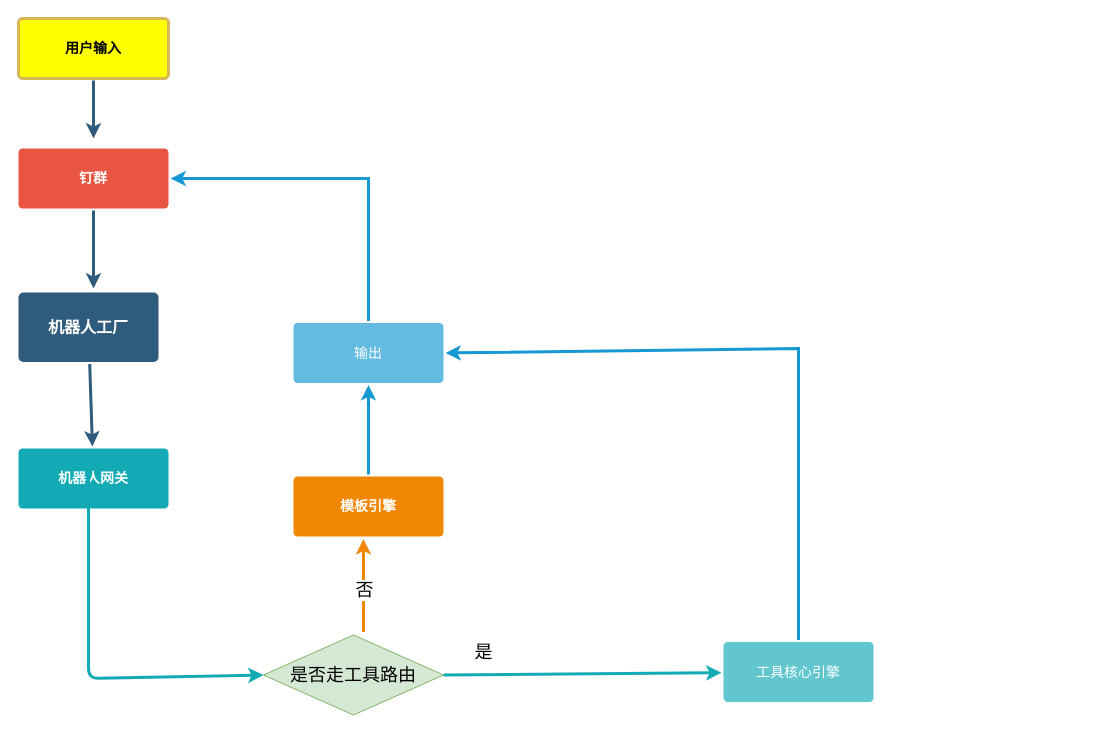
Above: daily/Untitled Diagram.drawio in RdAllen/leetcode-1 (draw.io), before the change. Source tidied: cells renumbered, new cells numbered last; positions are measured from the earlier drawing's top-left corner, leaving out a move shared by most shapes. Both pictures are drawn from the tidied source at 100%, with x=0, y=0 at pixel (18, 18).
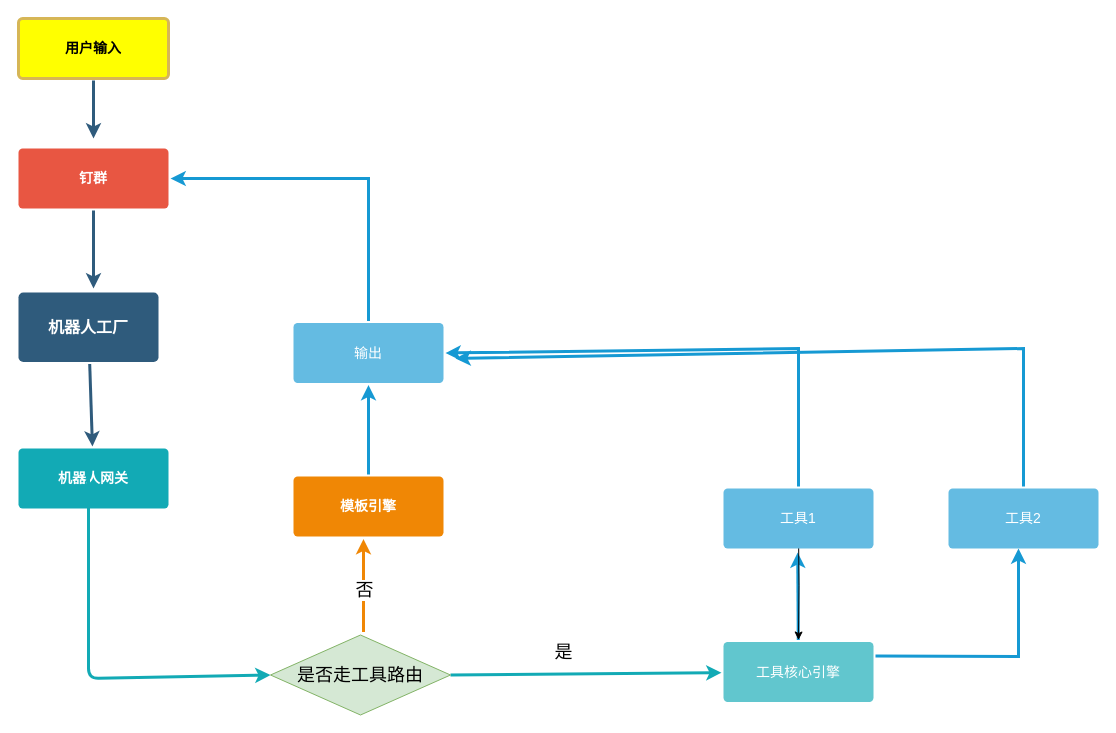
The same page after the edit.

Unchanged cells that the change refers to:
```xml
<mxCell id="8" value="输出" style="rounded=1;whiteSpace=wrap;html=1;shadow=0;labelBackgroundColor=none;strokeColor=none;strokeWidth=3;fillColor=#64bbe2;fontFamily=Helvetica;fontSize=14;fontColor=#FFFFFF;align=center;spacing=5;arcSize=7;perimeterSpacing=2;" parent="1" vertex="1">
  <mxGeometry x="275" y="304.5" width="150" height="60" as="geometry" />
</mxCell>
<mxCell id="12" value="工具核心引擎" style="rounded=1;whiteSpace=wrap;html=1;shadow=0;labelBackgroundColor=none;strokeColor=none;strokeWidth=3;fillColor=#61c6ce;fontFamily=Helvetica;fontSize=14;fontColor=#FFFFFF;align=center;spacing=5;fontStyle=0;arcSize=7;perimeterSpacing=2;" parent="1" vertex="1">
  <mxGeometry x="705" y="623.5" width="150" height="60" as="geometry" />
</mxCell>
```

What changed in the source:
```diff
@@
     <mxCell id="14" value="&lt;font style=&quot;font-size: 18px&quot;&gt;是否走工具路由&lt;/font&gt;" style="rhombus;whiteSpace=wrap;html=1;fillColor=#d5e8d4;strokeColor=#82b366;" parent="1" vertex="1">
-      <mxGeometry x="245" y="616.5" width="180" height="80" as="geometry" />
+      <mxGeometry x="252" y="616.5" width="180" height="80" as="geometry" />
     </mxCell>
@@
     <mxCell id="17" value="&lt;font style=&quot;font-size: 18px&quot;&gt;是&lt;/font&gt;" style="text;html=1;align=center;verticalAlign=middle;" parent="1" vertex="1">
-      <mxGeometry x="450" y="623.5" width="30" height="20" as="geometry" />
+      <mxGeometry x="530" y="623.5" width="30" height="20" as="geometry" />
     </mxCell>
@@
-    <mxCell id="20" style="edgeStyle=none;rounded=0;jumpStyle=none;html=1;shadow=0;labelBackgroundColor=none;startArrow=none;startFill=0;endArrow=classic;endFill=1;jettySize=auto;strokeColor=#1699D3;strokeWidth=3;fontFamily=Helvetica;fontSize=14;fontColor=#FFFFFF;spacing=5;exitX=0.5;exitY=0;exitDx=0;exitDy=0;entryX=1;entryY=0.5;entryDx=0;entryDy=0;" parent="1" edge="1" source="12" target="8">
+    <mxCell id="20" style="edgeStyle=none;rounded=0;jumpStyle=none;html=1;shadow=0;labelBackgroundColor=none;startArrow=none;startFill=0;endArrow=classic;endFill=1;jettySize=auto;strokeColor=#1699D3;strokeWidth=3;fontFamily=Helvetica;fontSize=14;fontColor=#FFFFFF;spacing=5;entryX=1;entryY=0.5;entryDx=0;entryDy=0;exitX=0.5;exitY=0;exitDx=0;exitDy=0;" parent="1" edge="1" source="24" target="8">
       <mxGeometry relative="1" as="geometry">
         <Array as="points">
           <mxPoint x="780" y="330" />
         </Array>
       </mxGeometry>
     </mxCell>
+    <mxCell id="21" style="edgeStyle=none;rounded=0;jumpStyle=none;html=1;shadow=0;labelBackgroundColor=none;startArrow=none;startFill=0;endArrow=classic;endFill=1;jettySize=auto;strokeColor=#1699D3;strokeWidth=3;fontFamily=Helvetica;fontSize=14;fontColor=#FFFFFF;spacing=5;entryX=0.5;entryY=1;entryDx=0;entryDy=0;" parent="1" edge="1" source="12">
+      <mxGeometry relative="1" as="geometry">
+        <mxPoint x="779.2" y="534" as="targetPoint" />
+      </mxGeometry>
+    </mxCell>
+    <mxCell id="22" style="edgeStyle=none;rounded=0;jumpStyle=none;html=1;shadow=0;labelBackgroundColor=none;startArrow=none;startFill=0;endArrow=classic;endFill=1;jettySize=auto;strokeColor=#1699D3;strokeWidth=3;fontFamily=Helvetica;fontSize=14;fontColor=#FFFFFF;spacing=5;exitX=1;exitY=0.25;exitDx=0;exitDy=0;" parent="1" edge="1" source="12">
+      <mxGeometry relative="1" as="geometry">
+        <mxPoint x="1000" y="530" as="targetPoint" />
+        <Array as="points">
+          <mxPoint x="1000" y="638" />
+        </Array>
+      </mxGeometry>
+    </mxCell>
+    <mxCell id="23" style="edgeStyle=orthogonalEdgeStyle;rounded=0;jettySize=auto;html=1;" parent="1" edge="1" target="12">
+      <mxGeometry relative="1" as="geometry">
+        <mxPoint x="780" y="510" as="sourcePoint" />
+      </mxGeometry>
+    </mxCell>
+    <mxCell id="24" value="工具1" style="rounded=1;whiteSpace=wrap;html=1;shadow=0;labelBackgroundColor=none;strokeColor=none;strokeWidth=3;fillColor=#64bbe2;fontFamily=Helvetica;fontSize=14;fontColor=#FFFFFF;align=center;spacing=5;arcSize=7;perimeterSpacing=2;" parent="1" vertex="1">
+      <mxGeometry x="705" y="470" width="150" height="60" as="geometry" />
+    </mxCell>
+    <mxCell id="25" value="工具2" style="rounded=1;whiteSpace=wrap;html=1;shadow=0;labelBackgroundColor=none;strokeColor=none;strokeWidth=3;fillColor=#64bbe2;fontFamily=Helvetica;fontSize=14;fontColor=#FFFFFF;align=center;spacing=5;arcSize=7;perimeterSpacing=2;" parent="1" vertex="1">
+      <mxGeometry x="930" y="470" width="150" height="60" as="geometry" />
+    </mxCell>
+    <mxCell id="26" style="edgeStyle=none;rounded=0;jumpStyle=none;html=1;shadow=0;labelBackgroundColor=none;startArrow=none;startFill=0;endArrow=classic;endFill=1;jettySize=auto;strokeColor=#1699D3;strokeWidth=3;fontFamily=Helvetica;fontSize=14;fontColor=#FFFFFF;spacing=5;exitX=0.5;exitY=0;exitDx=0;exitDy=0;" parent="1" edge="1" source="25">
+      <mxGeometry relative="1" as="geometry">
+        <mxPoint x="437" y="340" as="targetPoint" />
+        <Array as="points">
+          <mxPoint x="1005" y="330" />
+        </Array>
+      </mxGeometry>
+    </mxCell>
```
